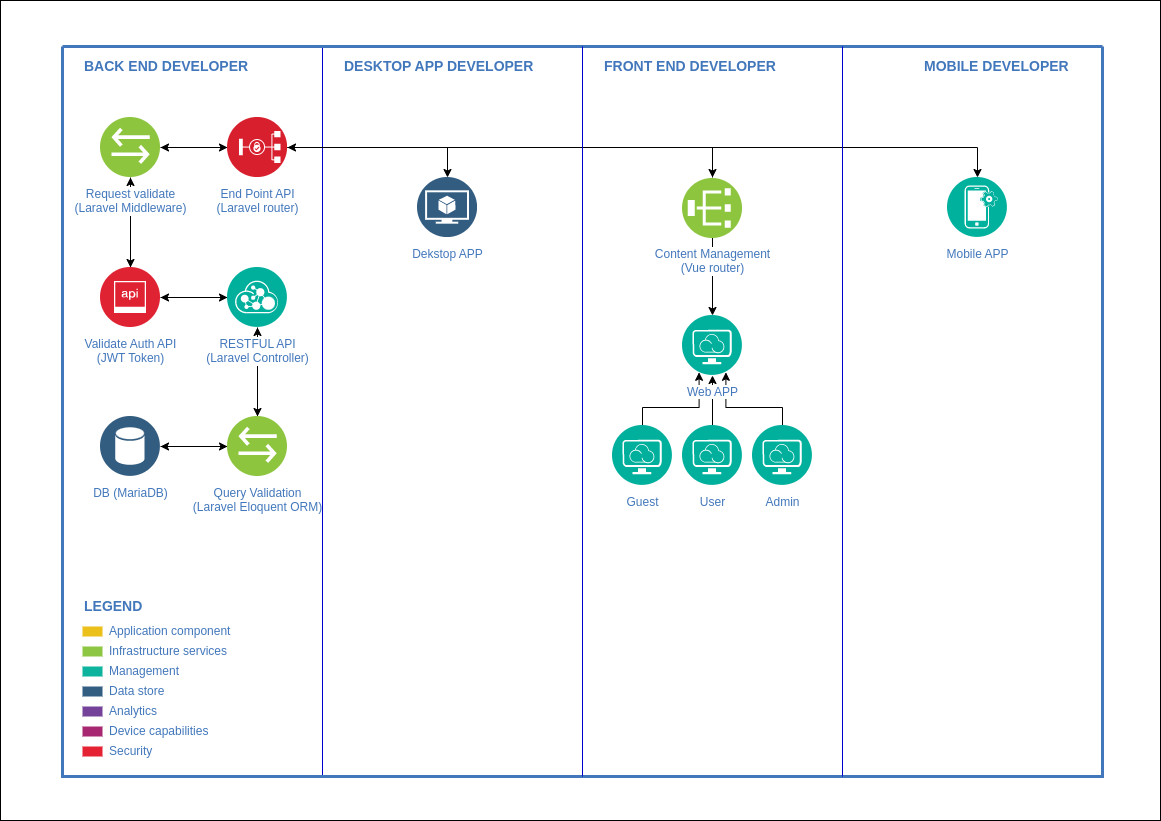
The draw.io diagram docs/architecture/Application-Architecture.png in oskhar/Posyandu-Data-Management, before a commit. Source tidied: cells renumbered, new cells last; positions are measured from the earlier drawing's top-left corner, leaving out a move shared by most shapes.
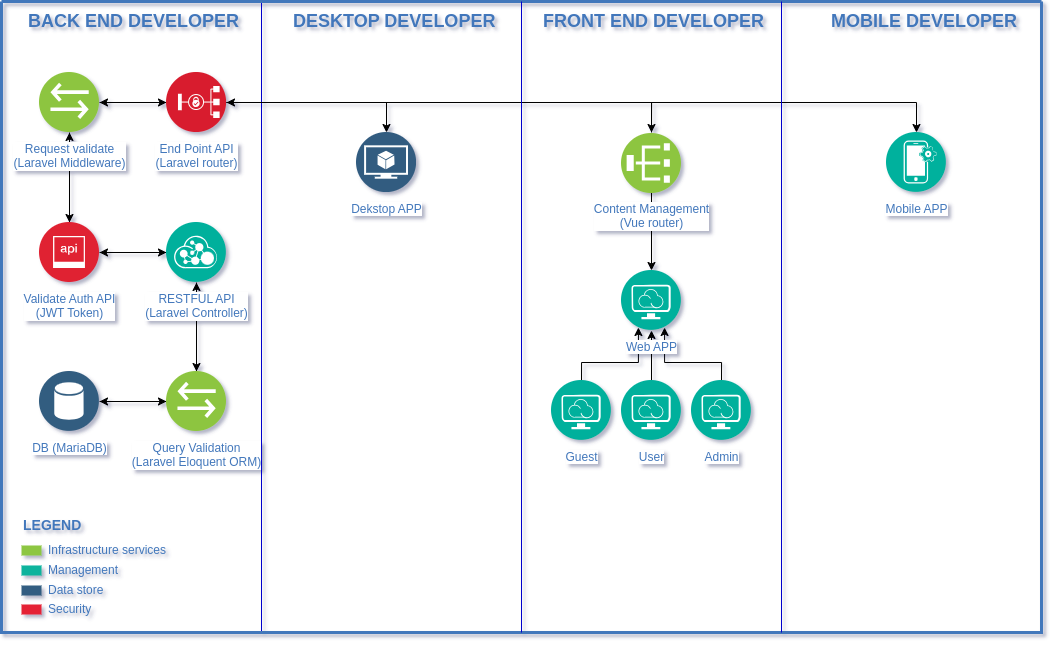
The same file after the commit.

The edit, as a diff of the source:
```diff
@@ -2,47 +2,35 @@
   <root>
     <mxCell id="0" />
     <mxCell id="1" parent="0" />
-    <mxCell id="2" style="rounded=0;whiteSpace=wrap;html=1;" parent="1" vertex="1">
-      <mxGeometry width="1160" height="820" as="geometry" />
-    </mxCell>
     <mxCell id="3" style="endArrow=none;html=1;rounded=0;entryX=0.25;entryY=0;entryDx=0;entryDy=0;strokeColor=#0000CC;exitX=0.25;exitY=1;exitDx=0;exitDy=0;" parent="1" edge="1" source="4" target="4">
       <mxGeometry relative="1" as="geometry" />
     </mxCell>
     <mxCell id="4" style="swimlane;shadow=0;strokeColor=#4277BB;fillColor=#ffffff;fontColor=none;align=right;startSize=0;noLabel=1;strokeWidth=3;" parent="1" vertex="1">
-      <mxGeometry x="62" y="46" width="1040" height="730" as="geometry" />
+      <mxGeometry x="62" y="46" width="1040" height="631" as="geometry" />
     </mxCell>
-    <mxCell id="5" value="BACK END DEVELOPER" style="text;html=1;align=left;verticalAlign=middle;fontColor=#4277BB;shadow=0;dashed=0;strokeColor=none;fillColor=none;labelBackgroundColor=none;fontStyle=1;fontSize=14;spacingLeft=5;" parent="4" vertex="1">
-      <mxGeometry x="15" y="10" width="200" height="20" as="geometry" />
+    <mxCell id="5" value="&lt;font style=&quot;font-size: 18px;&quot;&gt;BACK END DEVELOPER&lt;/font&gt;" style="text;html=1;align=left;verticalAlign=middle;fontColor=#4277BB;shadow=0;dashed=0;strokeColor=none;fillColor=none;labelBackgroundColor=none;fontStyle=1;fontSize=14;spacingLeft=5;" parent="4" vertex="1">
+      <mxGeometry x="20" y="10" width="200" height="20" as="geometry" />
     </mxCell>
-    <mxCell id="6" value="FRONT END DEVELOPER" style="text;html=1;align=left;verticalAlign=middle;fontColor=#4277BB;shadow=0;dashed=0;strokeColor=none;fillColor=none;labelBackgroundColor=none;fontStyle=1;fontSize=14;spacingLeft=5;" parent="4" vertex="1">
+    <mxCell id="6" value="&lt;font style=&quot;font-size: 18px;&quot;&gt;FRONT END DEVELOPER&lt;/font&gt;" style="text;html=1;align=left;verticalAlign=middle;fontColor=#4277BB;shadow=0;dashed=0;strokeColor=none;fillColor=none;labelBackgroundColor=none;fontStyle=1;fontSize=14;spacingLeft=5;" parent="4" vertex="1">
       <mxGeometry x="535" y="10" width="185" height="20" as="geometry" />
     </mxCell>
-    <mxCell id="7" value="MOBILE DEVELOPER" style="text;html=1;align=left;verticalAlign=middle;fontColor=#4277BB;shadow=0;dashed=0;strokeColor=none;fillColor=none;labelBackgroundColor=none;fontStyle=1;fontSize=14;spacingLeft=5;" parent="4" vertex="1">
-      <mxGeometry x="855" y="10" width="185" height="20" as="geometry" />
+    <mxCell id="7" value="&lt;font style=&quot;font-size: 18px;&quot;&gt;MOBILE DEVELOPER&lt;/font&gt;" style="text;html=1;align=left;verticalAlign=middle;fontColor=#4277BB;shadow=0;dashed=0;strokeColor=none;fillColor=none;labelBackgroundColor=none;fontStyle=1;fontSize=14;spacingLeft=5;" parent="4" vertex="1">
+      <mxGeometry x="822.5" y="10" width="185" height="20" as="geometry" />
     </mxCell>
-    <mxCell id="8" value="Application component" style="rounded=0;html=1;shadow=0;labelBackgroundColor=none;strokeColor=none;strokeWidth=2;fillColor=#EBC01A;gradientColor=none;fontSize=12;fontColor=#4277BB;align=left;labelPosition=right;verticalLabelPosition=middle;verticalAlign=middle;spacingLeft=5;" parent="4" vertex="1">
-      <mxGeometry x="20" y="580" width="20" height="10" as="geometry" />
-    </mxCell>
     <mxCell id="9" value="Infrastructure services" style="rounded=0;html=1;shadow=0;labelBackgroundColor=none;strokeColor=none;strokeWidth=2;fillColor=#8DC642;gradientColor=none;fontSize=12;fontColor=#4277BB;align=left;labelPosition=right;verticalLabelPosition=middle;verticalAlign=middle;spacingLeft=5;" parent="4" vertex="1">
-      <mxGeometry x="20" y="600" width="20" height="10" as="geometry" />
+      <mxGeometry x="20" y="544" width="20" height="10" as="geometry" />
     </mxCell>
     <mxCell id="10" value="Management" style="rounded=0;html=1;shadow=0;labelBackgroundColor=none;strokeColor=none;strokeWidth=2;fillColor=#0DB39D;gradientColor=none;fontSize=12;fontColor=#4277BB;align=left;labelPosition=right;verticalLabelPosition=middle;verticalAlign=middle;spacingLeft=5;" parent="4" vertex="1">
-      <mxGeometry x="20" y="620" width="20" height="10" as="geometry" />
+      <mxGeometry x="20" y="564" width="20" height="10" as="geometry" />
     </mxCell>
     <mxCell id="11" value="Data store" style="rounded=0;html=1;shadow=0;labelBackgroundColor=none;strokeColor=none;strokeWidth=2;fillColor=#335D81;gradientColor=none;fontSize=12;fontColor=#4277BB;align=left;labelPosition=right;verticalLabelPosition=middle;verticalAlign=middle;spacingLeft=5;" parent="4" vertex="1">
-      <mxGeometry x="20" y="640" width="20" height="10" as="geometry" />
+      <mxGeometry x="20" y="584" width="20" height="10" as="geometry" />
     </mxCell>
-    <mxCell id="12" value="Analytics" style="rounded=0;html=1;shadow=0;labelBackgroundColor=none;strokeColor=none;strokeWidth=2;fillColor=#744399;gradientColor=none;fontSize=12;fontColor=#4277BB;align=left;labelPosition=right;verticalLabelPosition=middle;verticalAlign=middle;spacingLeft=5;" parent="4" vertex="1">
-      <mxGeometry x="20" y="660" width="20" height="10" as="geometry" />
-    </mxCell>
-    <mxCell id="13" value="Device capabilities" style="rounded=0;html=1;shadow=0;labelBackgroundColor=none;strokeColor=none;strokeWidth=2;fillColor=#A72870;gradientColor=none;fontSize=12;fontColor=#4277BB;align=left;labelPosition=right;verticalLabelPosition=middle;verticalAlign=middle;spacingLeft=5;" parent="4" vertex="1">
-      <mxGeometry x="20" y="680" width="20" height="10" as="geometry" />
-    </mxCell>
     <mxCell id="14" value="Security" style="rounded=0;html=1;shadow=0;labelBackgroundColor=none;strokeColor=none;strokeWidth=2;fillColor=#E52134;gradientColor=none;fontSize=12;fontColor=#4277BB;align=left;labelPosition=right;verticalLabelPosition=middle;verticalAlign=middle;spacingLeft=5;" parent="4" vertex="1">
-      <mxGeometry x="20" y="700" width="20" height="10" as="geometry" />
+      <mxGeometry x="20" y="603" width="20" height="10" as="geometry" />
     </mxCell>
     <mxCell id="15" value="LEGEND" style="text;html=1;align=left;verticalAlign=middle;fontColor=#4277BB;shadow=0;dashed=0;strokeColor=none;fillColor=none;labelBackgroundColor=none;fontStyle=1;fontSize=14;spacingLeft=0;" parent="4" vertex="1">
-      <mxGeometry x="20" y="550" width="150" height="20" as="geometry" />
+      <mxGeometry x="20" y="514" width="150" height="20" as="geometry" />
     </mxCell>
     <mxCell id="16" style="edgeStyle=orthogonalEdgeStyle;rounded=0;jettySize=auto;html=1;" parent="4" edge="1" source="17" target="38">
       <mxGeometry relative="1" as="geometry" />
@@ -136,7 +124,7 @@
     <mxCell id="41" style="edgeStyle=orthogonalEdgeStyle;rounded=0;jettySize=auto;html=1;entryX=1;entryY=0.5;entryDx=0;entryDy=0;" parent="4" edge="1" source="42" target="45">
       <mxGeometry relative="1" as="geometry" />
     </mxCell>
-    <mxCell id="42" value="RESTFUL API&lt;br&gt;(Laravel Controller)" style="image;perimeter=ellipsePerimeter;html=1;align=center;shadow=0;dashed=0;fontColor=#4277BB;labelBackgroundColor=#ffffff;fontSize=12;spacingTop=3;image=img/lib/ibm/management/api_management.svg;strokeColor=#CC0000;fillColor=#990000;" parent="4" vertex="1">
+    <mxCell id="42" value="RESTFUL API&lt;br&gt;(Laravel Controller)" style="image;perimeter=ellipsePerimeter;html=1;align=center;shadow=0;dashed=0;fontColor=#4277BB;labelBackgroundColor=#ffffff;fontSize=12;spacingTop=3;image=img/lib/ibm/management/api_management.svg;" parent="4" vertex="1">
       <mxGeometry x="165" y="221" width="60" height="60" as="geometry" />
     </mxCell>
     <mxCell id="43" style="edgeStyle=orthogonalEdgeStyle;rounded=0;jettySize=auto;html=1;entryX=0.5;entryY=1;entryDx=0;entryDy=0;" parent="4" edge="1" source="45" target="46">
@@ -151,9 +139,9 @@
     <mxCell id="46" value="Request validate&lt;br&gt;(Laravel Middleware)" style="image;perimeter=ellipsePerimeter;html=1;align=center;shadow=0;dashed=0;fontColor=#4277BB;labelBackgroundColor=default;fontSize=12;spacingTop=3;image=img/lib/ibm/vpc/Bridge.svg;" parent="4" vertex="1">
       <mxGeometry x="38" y="71" width="60" height="60" as="geometry" />
     </mxCell>
-    <mxCell id="47" value="DESKTOP APP DEVELOPER" style="text;html=1;align=left;verticalAlign=middle;fontColor=#4277BB;shadow=0;dashed=0;strokeColor=none;fillColor=none;labelBackgroundColor=none;fontStyle=1;fontSize=14;spacingLeft=5;" parent="4" vertex="1">
-      <mxGeometry x="275" y="10" width="205" height="20" as="geometry" />
-    </mxCell>
+    <mxCell id="50" value="&lt;font style=&quot;font-size: 18px;&quot;&gt;DESKTOP DEVELOPER&lt;/font&gt;" style="text;html=1;align=left;verticalAlign=middle;fontColor=#4277BB;shadow=0;dashed=0;strokeColor=none;fillColor=none;labelBackgroundColor=none;fontStyle=1;fontSize=14;spacingLeft=5;" parent="4" vertex="1">
+      <mxGeometry x="285" y="10" width="185" height="20" as="geometry" />
+    </mxCell>
     <mxCell id="48" style="endArrow=none;html=1;rounded=0;entryX=0.5;entryY=0;entryDx=0;entryDy=0;exitX=0.5;exitY=1;exitDx=0;exitDy=0;strokeColor=#0000CC;" parent="1" edge="1" source="4" target="4">
       <mxGeometry relative="1" as="geometry" />
     </mxCell>
```
